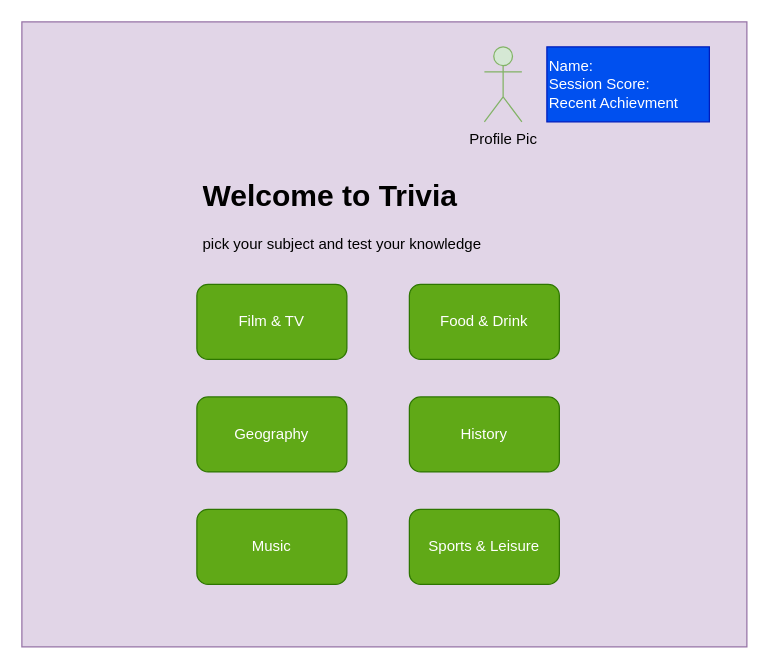
Earlier version of the draw.io diagram page "Page-1" (1 of 2) of Diagrams/Trivia.drawio (donsmith30/BoredomSlayer). Source tidied: cells renumbered, new cells numbered last; positions are measured from the earlier drawing's top-left corner, leaving out a move shared by most shapes. Both pictures are drawn from the tidied source at 125%, with x=0, y=0 at pixel (21, 21).
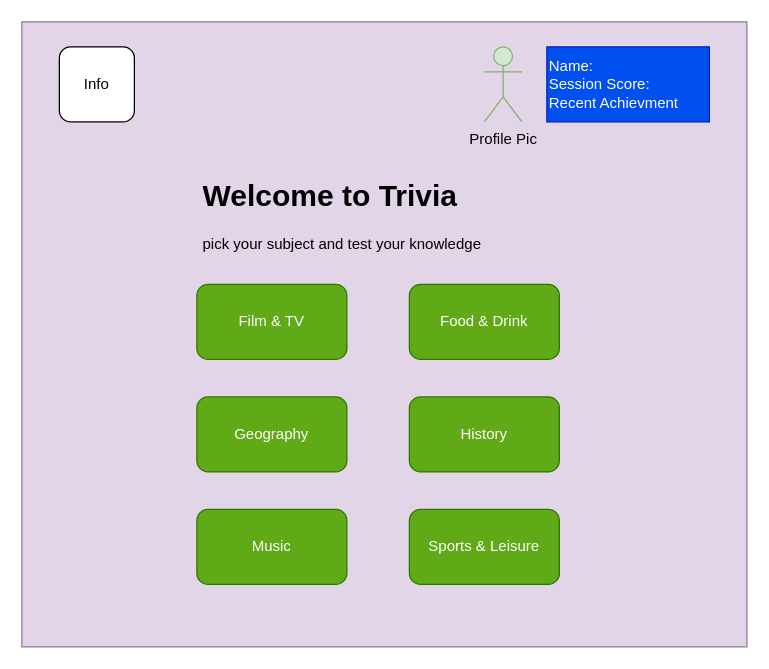
After the change.

What changed in the source:
```diff
@@
 <mxGraphModel>
   <root>
     <mxCell id="0" />
     <mxCell id="1" parent="0" />
     <mxCell id="2" style="rounded=0;whiteSpace=wrap;html=1;fillColor=#e1d5e7;strokeColor=#9673a6;" parent="1" vertex="1">
       <mxGeometry width="580" height="500" as="geometry" />
     </mxCell>
     <mxCell id="3" value="Name:&lt;br&gt;Session Score:&lt;br&gt;Recent Achievment" style="rounded=0;whiteSpace=wrap;html=1;fillColor=#0050ef;fontColor=#ffffff;strokeColor=#001DBC;align=left;" parent="1" vertex="1">
       <mxGeometry x="420" y="20" width="130" height="60" as="geometry" />
     </mxCell>
     <mxCell id="4" value="Profile Pic" style="shape=umlActor;verticalLabelPosition=bottom;verticalAlign=top;html=1;fillColor=#d5e8d4;strokeColor=#82b366;" parent="1" vertex="1">
       <mxGeometry x="370" y="20" width="30" height="60" as="geometry" />
     </mxCell>
     <mxCell id="5" value="Film &amp;amp; TV" style="rounded=1;whiteSpace=wrap;html=1;fillColor=#60a917;fontColor=#ffffff;strokeColor=#2D7600;" parent="1" vertex="1">
       <mxGeometry x="140" y="210" width="120" height="60" as="geometry" />
     </mxCell>
     <mxCell id="6" value="Food &amp;amp; Drink" style="rounded=1;whiteSpace=wrap;html=1;fillColor=#60a917;fontColor=#ffffff;strokeColor=#2D7600;" parent="1" vertex="1">
       <mxGeometry x="310" y="210" width="120" height="60" as="geometry" />
     </mxCell>
     <mxCell id="7" value="Geography" style="rounded=1;whiteSpace=wrap;html=1;fillColor=#60a917;fontColor=#ffffff;strokeColor=#2D7600;" parent="1" vertex="1">
       <mxGeometry x="140" y="300" width="120" height="60" as="geometry" />
     </mxCell>
     <mxCell id="8" value="History" style="rounded=1;whiteSpace=wrap;html=1;fillColor=#60a917;fontColor=#ffffff;strokeColor=#2D7600;" parent="1" vertex="1">
       <mxGeometry x="310" y="300" width="120" height="60" as="geometry" />
     </mxCell>
     <mxCell id="9" value="Music" style="rounded=1;whiteSpace=wrap;html=1;fillColor=#60a917;fontColor=#ffffff;strokeColor=#2D7600;" parent="1" vertex="1">
       <mxGeometry x="140" y="390" width="120" height="60" as="geometry" />
     </mxCell>
     <mxCell id="10" value="Sports &amp;amp; Leisure" style="rounded=1;whiteSpace=wrap;html=1;fillColor=#60a917;fontColor=#ffffff;strokeColor=#2D7600;" parent="1" vertex="1">
       <mxGeometry x="310" y="390" width="120" height="60" as="geometry" />
     </mxCell>
     <mxCell id="11" value="&lt;h1&gt;&lt;font color=&quot;#000000&quot;&gt;Welcome to Trivia&lt;/font&gt;&lt;/h1&gt;&lt;div&gt;&lt;font color=&quot;#000000&quot;&gt;pick your subject and test your knowledge&lt;/font&gt;&lt;/div&gt;" style="text;html=1;strokeColor=none;fillColor=none;spacing=5;spacingTop=-20;whiteSpace=wrap;overflow=hidden;rounded=0;" parent="1" vertex="1">
       <mxGeometry x="140" y="120" width="310" height="80" as="geometry" />
     </mxCell>
+    <mxCell id="12" value="Info" style="rounded=1;whiteSpace=wrap;html=1;" parent="1" vertex="1">
+      <mxGeometry x="30" y="20" width="60" height="60" as="geometry" />
+    </mxCell>
   </root>
 </mxGraphModel>
```
